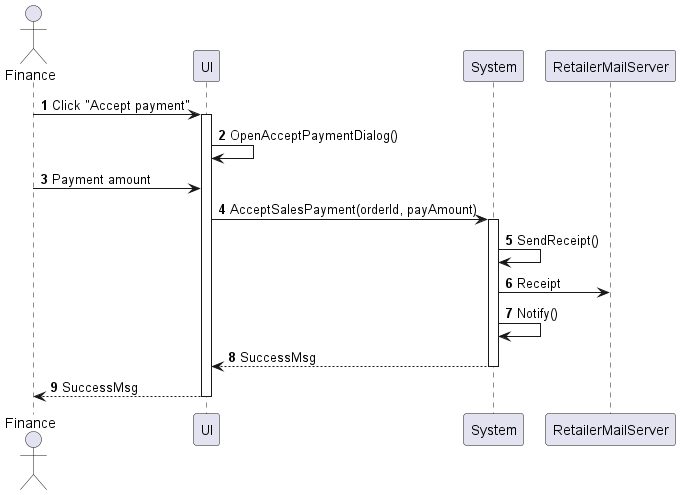
This is sequences/sales-order-accept-payment.png from phihungha/scmss-reqs, a PlantUML export, as it was before one commit.
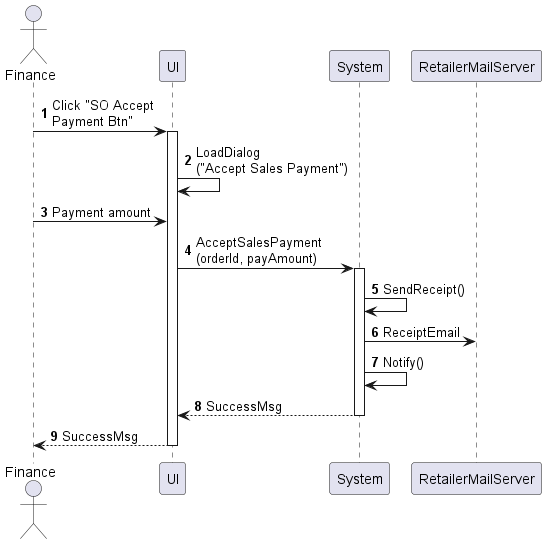
Above is the later version.

What changed in the source:
```diff
@@ -6,14 +6,14 @@
 participant System as b
 participant RetailerMailServer as c
 
-a -> f : Click "Accept payment"
+a -> f : Click "SO Accept\nPayment Btn"
 activate f
-f -> f : OpenAcceptPaymentDialog()
+f -> f : LoadDialog\n("Accept Sales Payment")
 a -> f : Payment amount
-f -> b : AcceptSalesPayment(orderId, payAmount)
+f -> b : AcceptSalesPayment\n(orderId, payAmount)
 activate b
 b -> b : SendReceipt()
-b -> c : Receipt
+b -> c : ReceiptEmail
 b -> b : Notify()
 return SuccessMsg
 return SuccessMsg
```
